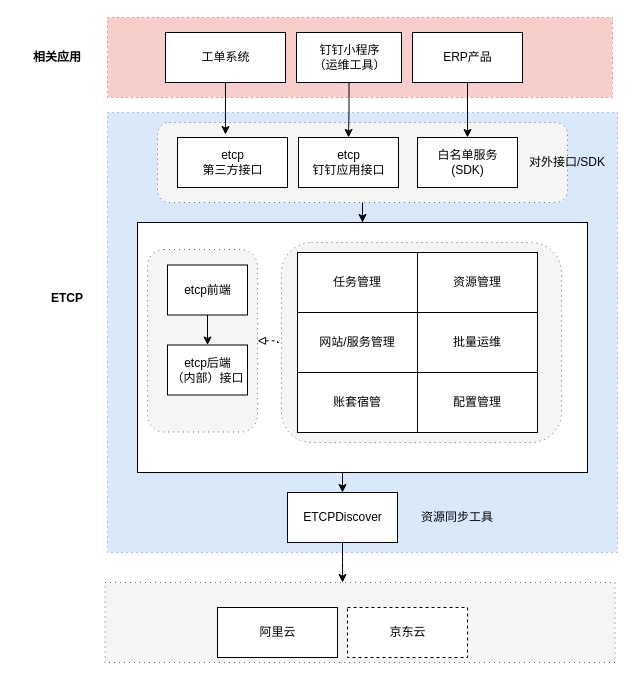
Before: page "ETCP" (1 of 4) of devops.drawio in mashifei/uml, a draw.io diagram. Source tidied: cells renumbered, new cells numbered last; positions are measured from the earlier drawing's top-left corner, leaving out a move shared by most shapes. Both pictures are drawn from the tidied source at 100%, with x=0, y=0 at pixel (17, 17).
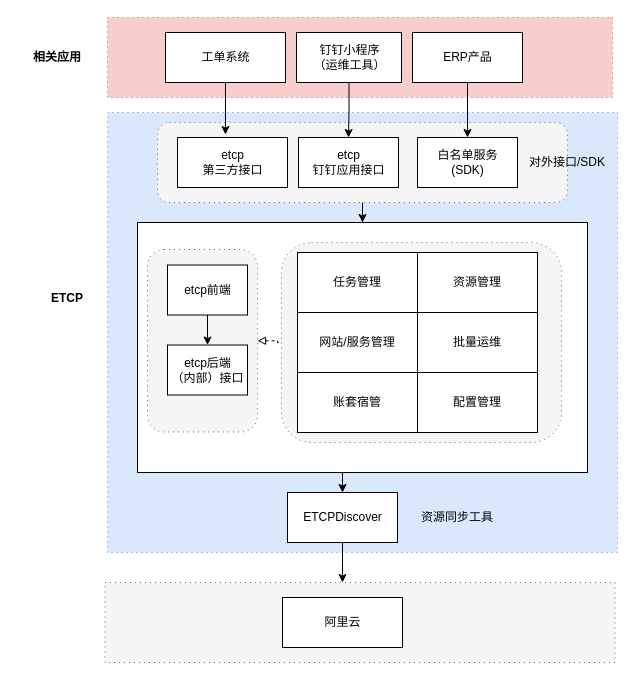
The same page after the edit.

Change to the diagram source:
```diff
@@
     <mxCell id="12" value="阿里云" style="html=1;" parent="1" vertex="1">
-      <mxGeometry x="200" y="590" width="120" height="50" as="geometry" />
+      <mxGeometry x="265" y="580" width="120" height="50" as="geometry" />
     </mxCell>
@@
-    <mxCell id="15" value="京东云" style="html=1;dashed=1;" parent="1" vertex="1">
-      <mxGeometry x="330" y="590" width="120" height="50" as="geometry" />
-    </mxCell>
```
